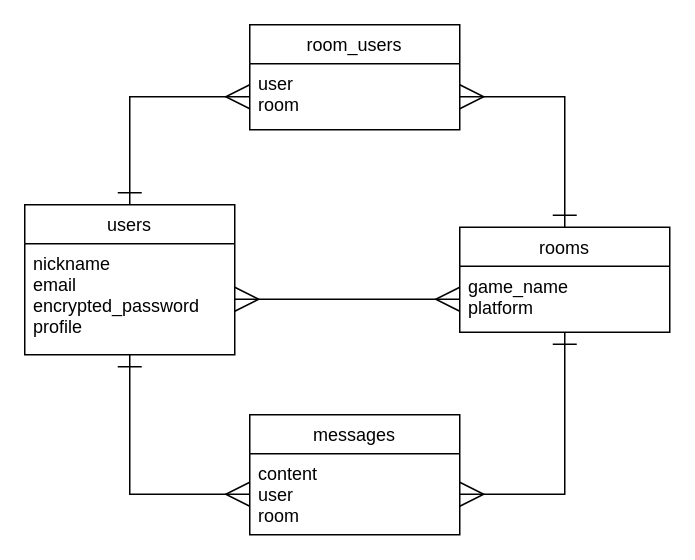
Earlier version of the draw.io diagram ER図.dio (masa-1016/game_matching). Source tidied: cells renumbered, new cells numbered last; positions are measured from the earlier drawing's top-left corner, leaving out a move shared by most shapes. Both pictures are drawn from the tidied source at 150%, with x=0, y=0 at pixel (24, 24).
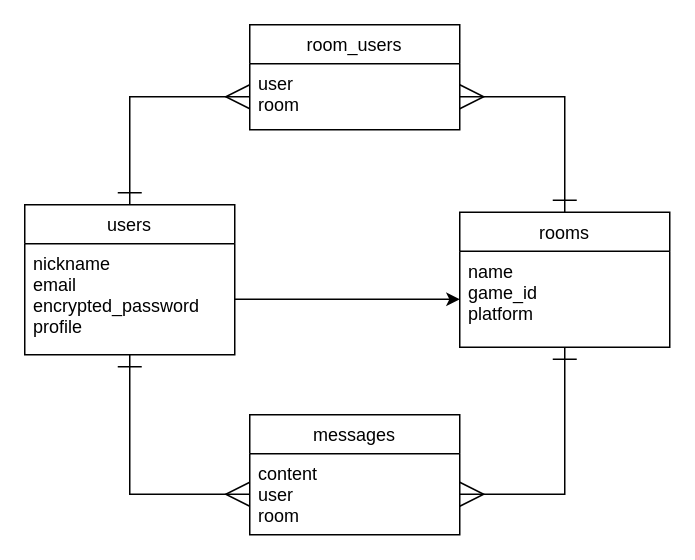
After the change.

Diff of the diagram source:
```diff
@@
 <mxGraphModel>
   <root>
     <mxCell id="0" />
     <mxCell id="1" parent="0" />
     <mxCell id="2" style="edgeStyle=orthogonalEdgeStyle;rounded=0;jettySize=auto;html=1;exitX=0.5;exitY=0;exitDx=0;exitDy=0;entryX=0;entryY=0.5;entryDx=0;entryDy=0;startSize=14;sourcePerimeterSpacing=0;endArrow=ERmany;endFill=0;endSize=14;strokeWidth=1;startArrow=ERone;startFill=0;" parent="1" edge="1" source="4" target="13">
       <mxGeometry relative="1" as="geometry" />
     </mxCell>
     <mxCell id="3" style="edgeStyle=orthogonalEdgeStyle;rounded=0;jettySize=auto;html=1;entryX=0;entryY=0.5;entryDx=0;entryDy=0;startSize=14;sourcePerimeterSpacing=0;endArrow=ERmany;endFill=0;endSize=14;strokeWidth=1;startArrow=ERone;startFill=0;" parent="1" edge="1" source="4" target="11">
       <mxGeometry relative="1" as="geometry" />
     </mxCell>
     <mxCell id="4" value="users" style="swimlane;fontStyle=0;horizontal=1;startSize=26;fillColor=none;" parent="1" vertex="1">
       <mxGeometry y="120" width="140" height="100" as="geometry" />
     </mxCell>
     <mxCell id="5" value="nickname&#10;email&#10;encrypted_password&#10;profile" style="text;strokeColor=none;fillColor=none;align=left;verticalAlign=top;spacingLeft=4;spacingRight=4;overflow=hidden;points=[[0,0.5],[1,0.5]];portConstraint=eastwest;" parent="4" vertex="1">
       <mxGeometry y="26" width="140" height="74" as="geometry" />
     </mxCell>
     <mxCell id="6" style="edgeStyle=orthogonalEdgeStyle;rounded=0;jettySize=auto;html=1;exitX=0.5;exitY=0;exitDx=0;exitDy=0;entryX=1;entryY=0.5;entryDx=0;entryDy=0;startSize=14;sourcePerimeterSpacing=0;endArrow=ERmany;endFill=0;endSize=14;strokeWidth=1;startArrow=ERone;startFill=0;" parent="1" edge="1" source="8" target="13">
       <mxGeometry relative="1" as="geometry" />
     </mxCell>
     <mxCell id="7" style="edgeStyle=orthogonalEdgeStyle;rounded=0;jettySize=auto;html=1;entryX=1;entryY=0.5;entryDx=0;entryDy=0;startSize=14;sourcePerimeterSpacing=0;endArrow=ERmany;endFill=0;endSize=14;strokeWidth=1;startArrow=ERone;startFill=0;" parent="1" edge="1" source="8" target="11">
       <mxGeometry relative="1" as="geometry" />
     </mxCell>
     <mxCell id="8" value="rooms" style="swimlane;fontStyle=0;horizontal=1;startSize=26;fillColor=none;" parent="1" vertex="1">
-      <mxGeometry x="290" y="135" width="140" height="70" as="geometry" />
+      <mxGeometry x="290" y="125" width="140" height="90" as="geometry" />
     </mxCell>
-    <mxCell id="9" value="game_name&#10;platform" style="text;strokeColor=none;fillColor=none;align=left;verticalAlign=top;spacingLeft=4;spacingRight=4;overflow=hidden;points=[[0,0.5],[1,0.5]];portConstraint=eastwest;" parent="8" vertex="1">
-      <mxGeometry y="26" width="140" height="44" as="geometry" />
+    <mxCell id="9" value="name&#10;game_id&#10;platform&#10;" style="text;strokeColor=none;fillColor=none;align=left;verticalAlign=top;spacingLeft=4;spacingRight=4;overflow=hidden;points=[[0,0.5],[1,0.5]];portConstraint=eastwest;" parent="8" vertex="1">
+      <mxGeometry y="26" width="140" height="64" as="geometry" />
     </mxCell>
     <mxCell id="10" value="messages" style="swimlane;fontStyle=0;horizontal=1;startSize=26;fillColor=none;" parent="1" vertex="1">
       <mxGeometry x="150" y="260" width="140" height="80" as="geometry" />
     </mxCell>
     <mxCell id="11" value="content&#10;user&#10;room" style="text;strokeColor=none;fillColor=none;align=left;verticalAlign=top;spacingLeft=4;spacingRight=4;overflow=hidden;points=[[0,0.5],[1,0.5]];portConstraint=eastwest;" parent="10" vertex="1">
       <mxGeometry y="26" width="140" height="54" as="geometry" />
     </mxCell>
     <mxCell id="12" value="room_users" style="swimlane;fontStyle=0;horizontal=1;startSize=26;fillColor=none;" parent="1" vertex="1">
       <mxGeometry x="150" width="140" height="70" as="geometry" />
     </mxCell>
     <mxCell id="13" value="user&#10;room" style="text;strokeColor=none;fillColor=none;align=left;verticalAlign=top;spacingLeft=4;spacingRight=4;overflow=hidden;points=[[0,0.5],[1,0.5]];portConstraint=eastwest;" parent="12" vertex="1">
       <mxGeometry y="26" width="140" height="44" as="geometry" />
     </mxCell>
-    <mxCell id="14" style="edgeStyle=orthogonalEdgeStyle;rounded=0;jettySize=auto;html=1;exitX=1;exitY=0.5;exitDx=0;exitDy=0;entryX=0;entryY=0.5;entryDx=0;entryDy=0;startSize=14;sourcePerimeterSpacing=0;endArrow=ERmany;endFill=0;endSize=14;strokeWidth=1;startArrow=ERmany;startFill=0;" parent="1" edge="1" source="5" target="9">
+    <mxCell id="14" style="edgeStyle=orthogonalEdgeStyle;rounded=0;jettySize=auto;html=1;entryX=0;entryY=0.5;entryDx=0;entryDy=0;" parent="1" edge="1" source="5" target="9">
       <mxGeometry relative="1" as="geometry" />
     </mxCell>
   </root>
 </mxGraphModel>
```
